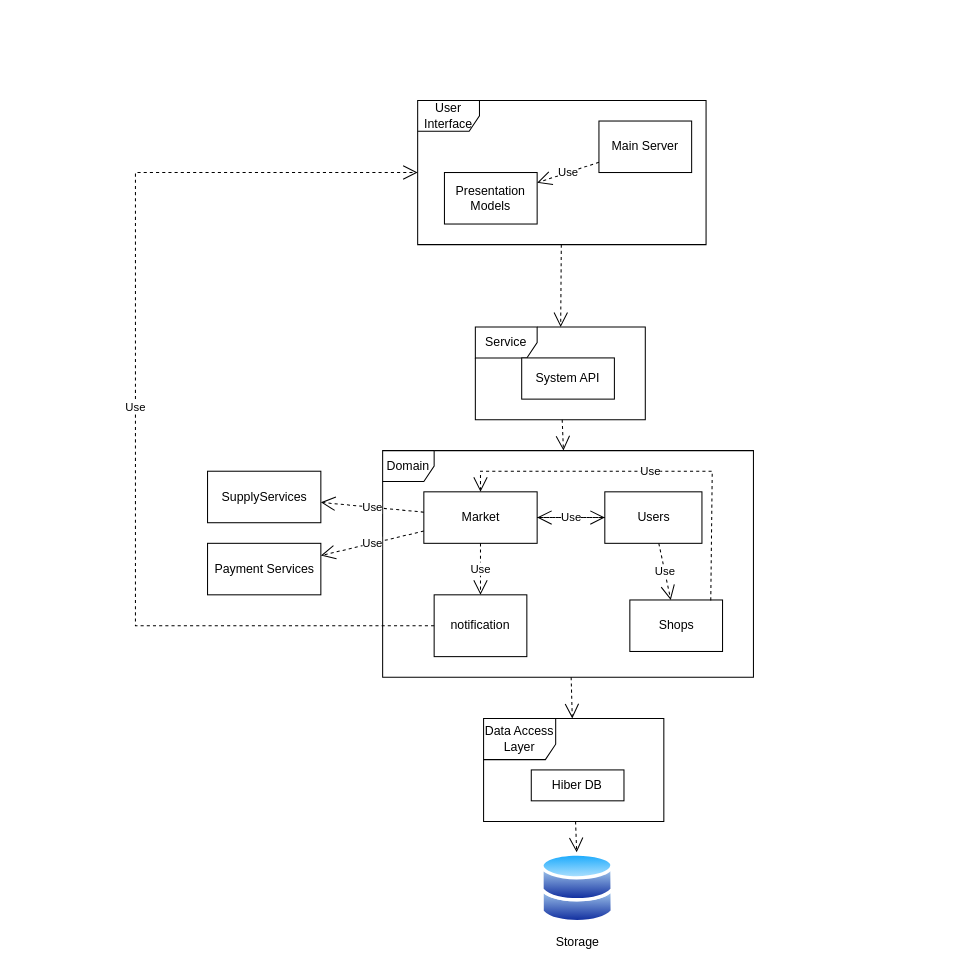
Earlier version of the draw.io diagram page "architectureModel" (2 of 5) of docs/workshop.drawio (ShayHav/Workshop). Source tidied: cells renumbered, new cells numbered last; positions are measured from the earlier drawing's top-left corner, leaving out a move shared by most shapes. Both pictures are drawn from the tidied source at 103%, with x=0, y=0 at pixel (135, 100).
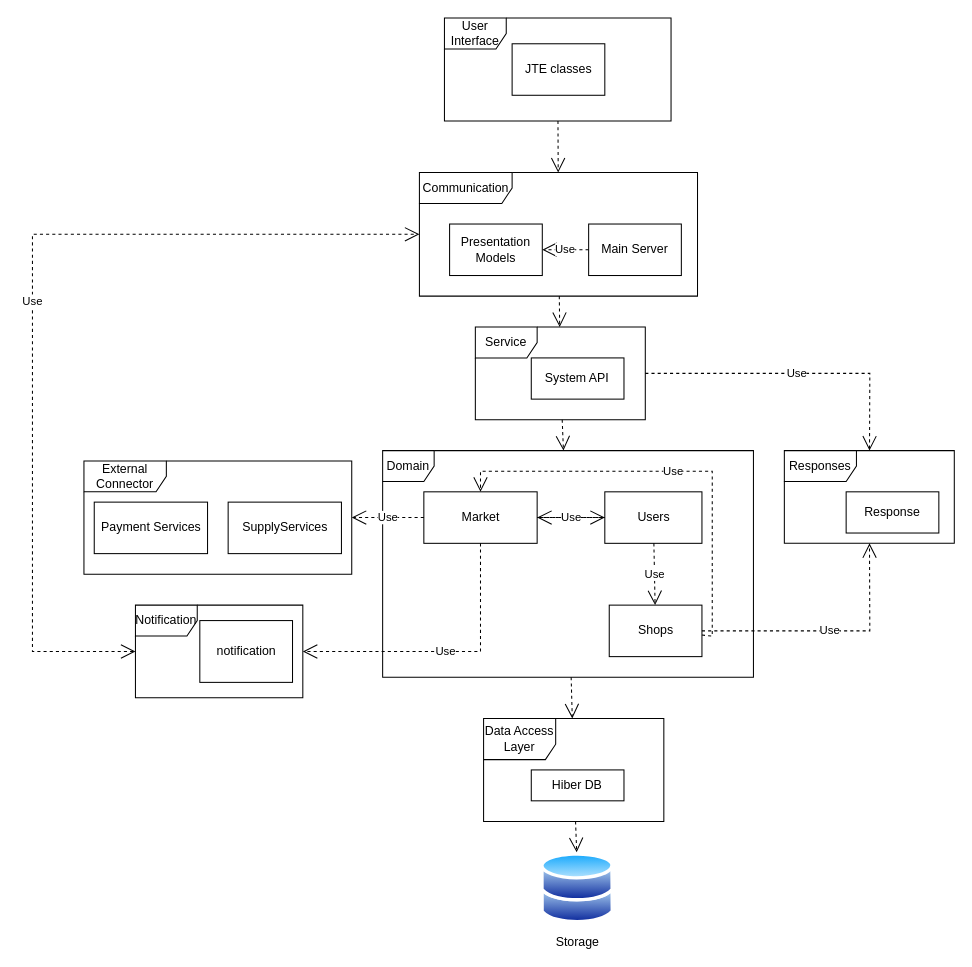
The same diagram, later.

Commit message (it also covers changes not shown here):
rearranged notification tests

Unchanged cells that the change refers to:
```xml
<mxCell id="3" value="Market" style="html=1;" parent="1" vertex="1">
  <mxGeometry x="280" y="380" width="110" height="50" as="geometry" />
</mxCell>
<mxCell id="12" value="Service" style="shape=umlFrame;whiteSpace=wrap;html=1;strokeColor=default;fillColor=none;" parent="1" vertex="1">
  <mxGeometry x="330" y="220" width="165" height="90" as="geometry" />
</mxCell>
```

Diff of the diagram source:
```diff
@@
     <mxCell id="4" value="&lt;span&gt;Supply&lt;/span&gt;Services" style="html=1;" parent="1" vertex="1">
-      <mxGeometry x="70" y="360" width="110" height="50" as="geometry" />
+      <mxGeometry x="90" y="390" width="110" height="50" as="geometry" />
     </mxCell>
@@
     <mxCell id="6" value="Shops" style="html=1;" parent="1" vertex="1">
-      <mxGeometry x="480" y="485" width="90" height="50" as="geometry" />
+      <mxGeometry x="460" y="490" width="90" height="50" as="geometry" />
     </mxCell>
-    <mxCell id="7" value="Use" style="endArrow=open;endSize=12;dashed=1;html=1;rounded=0;" parent="1" edge="1" source="3" target="4">
+    <mxCell id="7" value="Use" style="endArrow=open;endSize=12;dashed=1;html=1;rounded=0;" parent="1" edge="1" source="3" target="33">
       <mxGeometry relative="1" as="geometry" />
     </mxCell>
@@
-    <mxCell id="10" value="Use" style="endArrow=open;endSize=12;dashed=1;html=1;rounded=0;startArrow=none;startFill=0;exitX=0.873;exitY=0.008;exitDx=0;exitDy=0;exitPerimeter=0;entryX=0.5;entryY=0;entryDx=0;entryDy=0;" parent="1" edge="1" source="6" target="3">
+    <mxCell id="10" value="Use" style="endArrow=open;endSize=12;dashed=1;html=1;rounded=0;startArrow=none;startFill=0;entryX=0.5;entryY=0;entryDx=0;entryDy=0;" parent="1" edge="1" source="6" target="3">
       <mxGeometry relative="1" as="geometry">
         <Array as="points">
+          <mxPoint x="560" y="520" />
           <mxPoint x="560" y="360" />
           <mxPoint x="335" y="360" />
         </Array>
       </mxGeometry>
     </mxCell>
@@
     <mxCell id="13" value="User Interface" style="shape=umlFrame;whiteSpace=wrap;html=1;strokeColor=default;fillColor=none;" parent="1" vertex="1">
-      <mxGeometry x="274" width="280" height="140" as="geometry" />
+      <mxGeometry x="300" y="-80" width="220" height="100" as="geometry" />
     </mxCell>
@@
-    <mxCell id="16" style="endArrow=open;endFill=1;endSize=12;html=1;rounded=0;dashed=1;strokeWidth=1;" parent="1" edge="1" source="13" target="12">
+    <mxCell id="16" style="endArrow=open;endFill=1;endSize=12;html=1;rounded=0;dashed=1;strokeWidth=1;" parent="1" edge="1" source="13" target="30">
       <mxGeometry relative="1" as="geometry" />
     </mxCell>
@@
     <mxCell id="20" value="Payment Services" style="html=1;" parent="1" vertex="1">
-      <mxGeometry x="70" y="430" width="110" height="50" as="geometry" />
+      <mxGeometry x="-40" y="390" width="110" height="50" as="geometry" />
     </mxCell>
-    <mxCell id="21" value="Use" style="endArrow=open;endSize=12;dashed=1;html=1;rounded=0;" parent="1" edge="1" source="3" target="20">
-      <mxGeometry relative="1" as="geometry" />
-    </mxCell>
     <mxCell id="22" value="notification" style="rounded=0;whiteSpace=wrap;html=1;" parent="1" vertex="1">
-      <mxGeometry x="290" y="480" width="90" height="60" as="geometry" />
+      <mxGeometry x="62.5" y="505" width="90" height="60" as="geometry" />
     </mxCell>
-    <mxCell id="23" value="Use" style="endArrow=open;endSize=12;dashed=1;html=1;rounded=0;startArrow=none;startFill=0;entryX=0.5;entryY=0;entryDx=0;entryDy=0;" parent="1" edge="1" source="3" target="22">
-      <mxGeometry relative="1" as="geometry" />
+    <mxCell id="23" value="Use" style="endArrow=open;endSize=12;dashed=1;html=1;rounded=0;startArrow=none;startFill=0;" parent="1" edge="1" source="3" target="34">
+      <mxGeometry relative="1" as="geometry">
+        <Array as="points">
+          <mxPoint x="335" y="535" />
+        </Array>
+      </mxGeometry>
     </mxCell>
     <mxCell id="24" value="Presentation&lt;br&gt;Models" style="rounded=0;whiteSpace=wrap;html=1;" parent="1" vertex="1">
-      <mxGeometry x="300" y="70" width="90" height="50" as="geometry" />
+      <mxGeometry x="305" y="120" width="90" height="50" as="geometry" />
     </mxCell>
     <mxCell id="25" value="Main Server" style="rounded=0;whiteSpace=wrap;html=1;" parent="1" vertex="1">
-      <mxGeometry x="450" y="20" width="90" height="50" as="geometry" />
+      <mxGeometry x="440" y="120" width="90" height="50" as="geometry" />
     </mxCell>
-    <mxCell id="26" value="Use" style="endArrow=open;endSize=12;dashed=1;html=1;rounded=0;" parent="1" edge="1" source="25" target="24">
-      <mxGeometry relative="1" as="geometry" />
-    </mxCell>
     <mxCell id="27" value="System API" style="rounded=0;whiteSpace=wrap;html=1;" parent="1" vertex="1">
-      <mxGeometry x="375" y="250" width="90" height="40" as="geometry" />
+      <mxGeometry x="384.3" y="250" width="90" height="40" as="geometry" />
     </mxCell>
-    <mxCell id="28" value="Use" style="endArrow=open;endSize=12;dashed=1;html=1;rounded=0;startArrow=none;startFill=0;" parent="1" edge="1" source="22" target="13">
+    <mxCell id="28" value="Use" style="endArrow=open;endSize=12;dashed=1;html=1;rounded=0;startArrow=open;startFill=0;startSize=12;" parent="1" edge="1" source="34" target="30">
       <mxGeometry relative="1" as="geometry">
         <Array as="points">
-          <mxPoint y="510" />
-          <mxPoint y="250" />
-          <mxPoint y="70" />
+          <mxPoint x="-100" y="535" />
+          <mxPoint x="-100" y="380" />
+          <mxPoint x="-100" y="240" />
+          <mxPoint x="-100" y="130" />
         </Array>
       </mxGeometry>
     </mxCell>
@@
+    <mxCell id="30" value="Communication" style="shape=umlFrame;whiteSpace=wrap;html=1;strokeColor=default;fillColor=none;width=90;height=30;" parent="1" vertex="1">
+      <mxGeometry x="275.7" y="70" width="270" height="120" as="geometry" />
+    </mxCell>
+    <mxCell id="31" value="JTE classes" style="rounded=0;whiteSpace=wrap;html=1;" parent="1" vertex="1">
+      <mxGeometry x="365.7" y="-55" width="90" height="50" as="geometry" />
+    </mxCell>
+    <mxCell id="32" style="endArrow=open;endFill=1;endSize=12;html=1;rounded=0;dashed=1;strokeWidth=1;" parent="1" edge="1" source="30" target="12">
+      <mxGeometry relative="1" as="geometry" />
+    </mxCell>
+    <mxCell id="33" value="External Connector" style="shape=umlFrame;whiteSpace=wrap;html=1;strokeColor=default;fillColor=none;width=80;height=30;" parent="1" vertex="1">
+      <mxGeometry x="-50" y="350" width="260" height="110" as="geometry" />
+    </mxCell>
+    <mxCell id="26" value="Use" style="endArrow=open;endSize=12;dashed=1;html=1;rounded=0;" parent="1" edge="1" source="25" target="24">
+      <mxGeometry relative="1" as="geometry" />
+    </mxCell>
+    <mxCell id="34" value="Notification" style="shape=umlFrame;whiteSpace=wrap;html=1;strokeColor=default;fillColor=none;" parent="1" vertex="1">
+      <mxGeometry y="490" width="162.5" height="90" as="geometry" />
+    </mxCell>
+    <mxCell id="35" value="Responses" style="shape=umlFrame;whiteSpace=wrap;html=1;strokeColor=default;fillColor=none;width=70;height=30;" parent="1" vertex="1">
+      <mxGeometry x="630" y="340" width="165" height="90" as="geometry" />
+    </mxCell>
+    <mxCell id="36" value="Response" style="rounded=0;whiteSpace=wrap;html=1;" parent="1" vertex="1">
+      <mxGeometry x="690" y="380" width="90" height="40" as="geometry" />
+    </mxCell>
+    <mxCell id="37" value="Use" style="endArrow=open;endSize=12;dashed=1;html=1;rounded=0;" parent="1" edge="1" source="12" target="35">
+      <mxGeometry relative="1" as="geometry">
+        <Array as="points">
+          <mxPoint x="713" y="265" />
+        </Array>
+      </mxGeometry>
+    </mxCell>
+    <mxCell id="38" value="Use" style="endArrow=open;endSize=12;dashed=1;html=1;rounded=0;" parent="1" edge="1" source="6" target="35">
+      <mxGeometry relative="1" as="geometry">
+        <Array as="points">
+          <mxPoint x="713" y="515" />
+        </Array>
+      </mxGeometry>
+    </mxCell>
```
